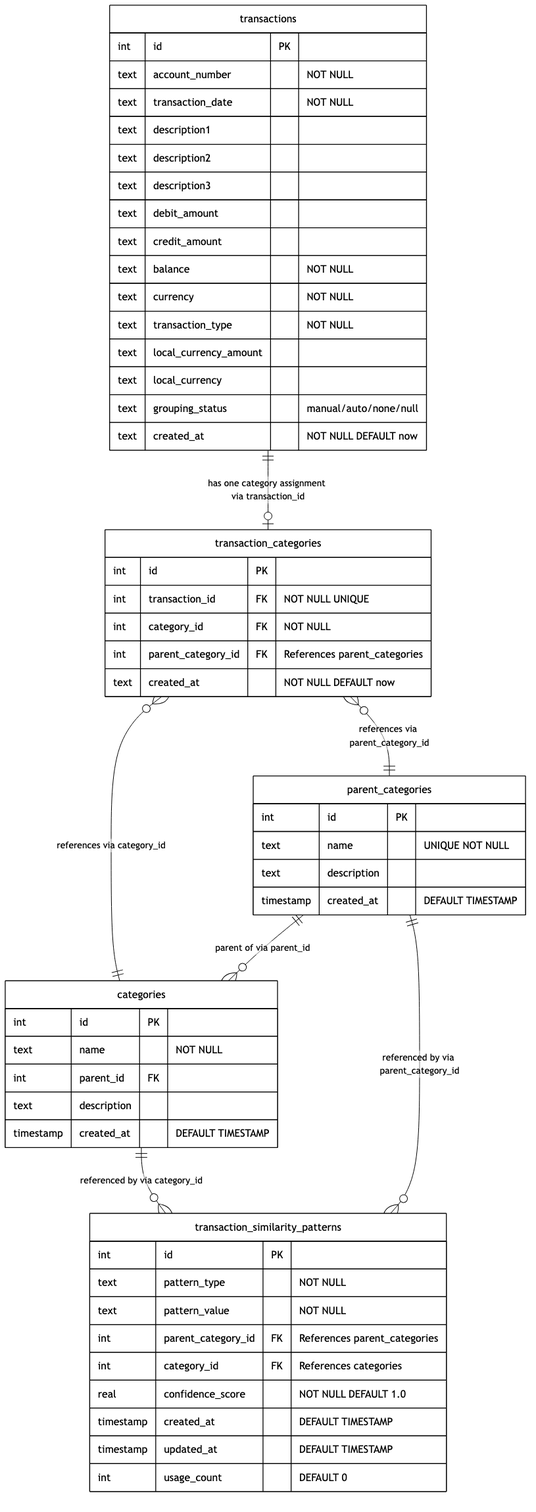
Above: er-diagram.png in sids4ru/money-tracker (Mermaid), before the change. Its source is kept beside it as er-diagram.mmd.
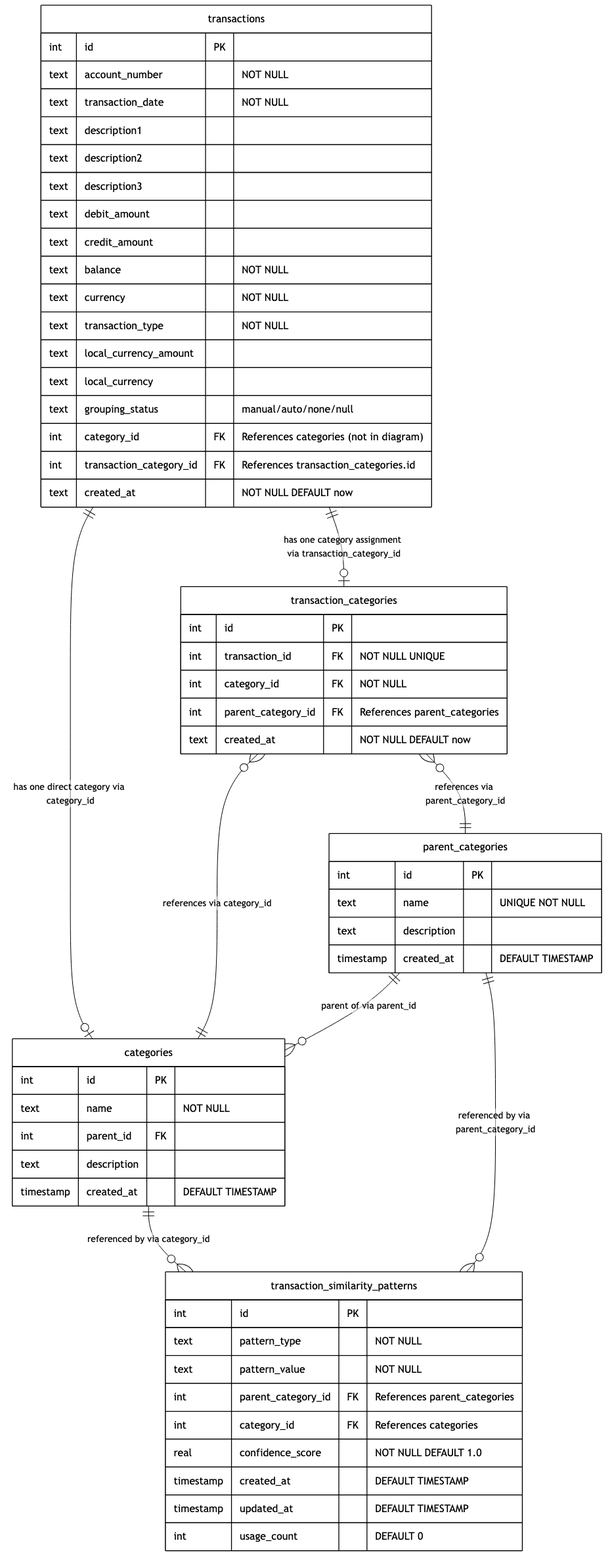
Above is the later version.

The edit, as a diff of the source:
```diff
@@ -30,6 +30,8 @@
         text local_currency_amount
         text local_currency
         text grouping_status "manual/auto/none/null"
+        int category_id FK "References categories (not in diagram)"
+        int transaction_category_id FK "References transaction_categories.id"
         text created_at "NOT NULL DEFAULT now"
     }
 
@@ -68,7 +70,8 @@
         int usage_count "DEFAULT 0"
     }
 
-    transactions ||--o| transaction_categories : "has one category assignment via transaction_id"
+    transactions ||--o| transaction_categories : "has one category assignment via transaction_category_id"
+    transactions ||--o| categories : "has one direct category via category_id"
     transaction_categories }o--|| categories : "references via category_id"
     transaction_categories }o--|| parent_categories : "references via parent_category_id"
     parent_categories ||--o{ categories : "parent of via parent_id"
```
